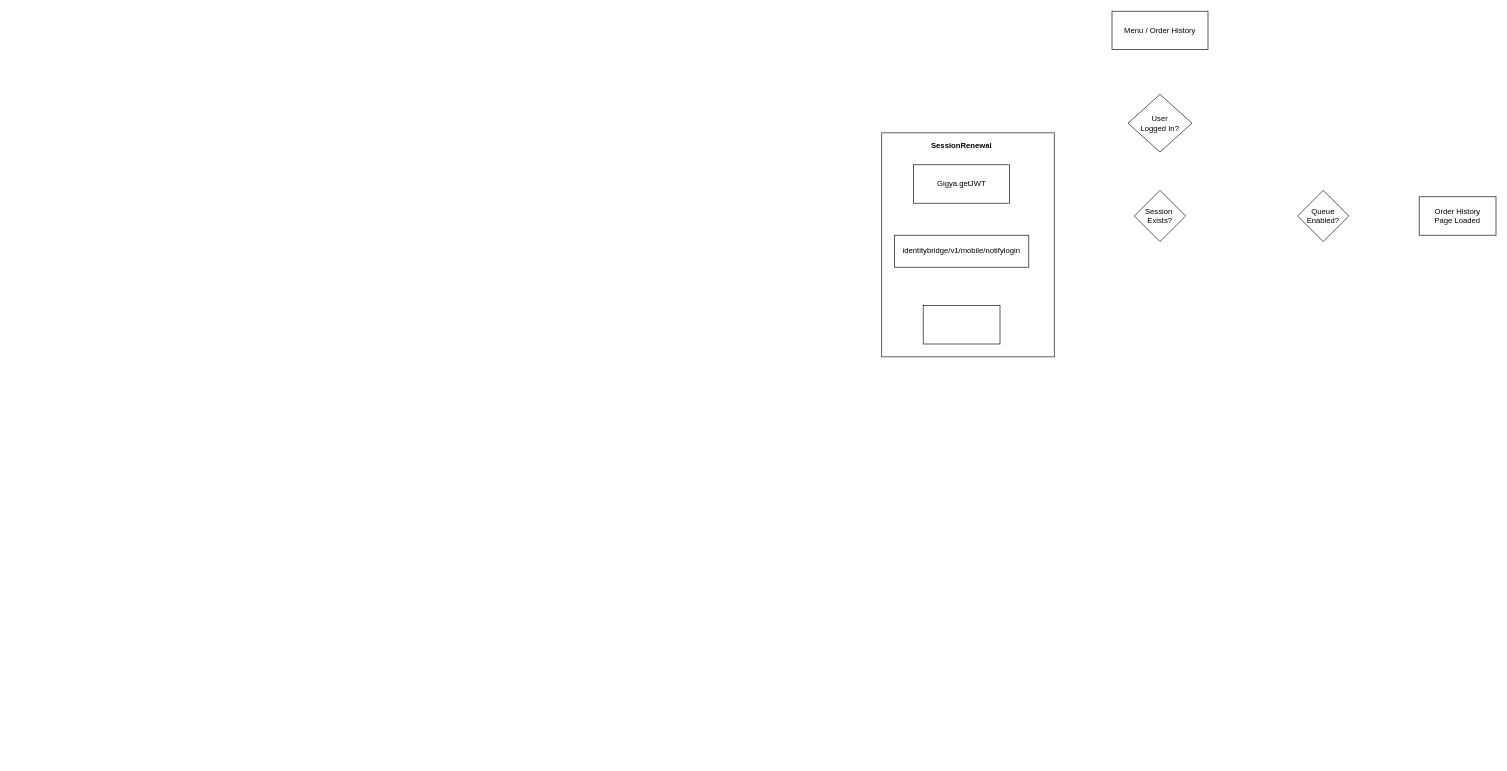
The draw.io diagram Boots_VirtualQueueFlow_OH.drawio in saru2020/saru, before the edit. Source tidied: cells renumbered, new cells numbered last; positions are measured from the earlier drawing's top-left corner, leaving out a move shared by most shapes. Both pictures are drawn from the tidied source at 64%, with x=0, y=0 at pixel (881, 11).
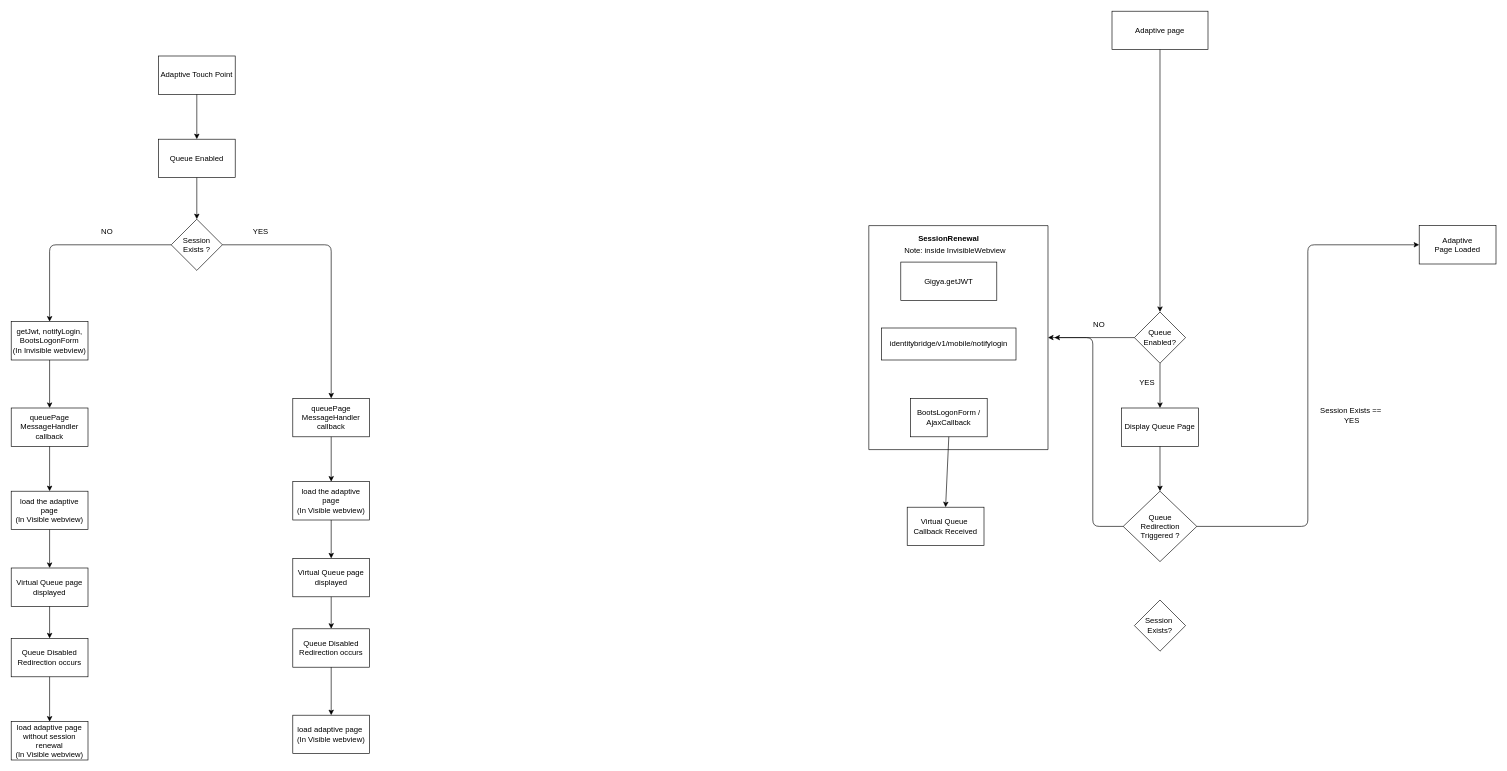
Above is the later version.

The edit, as a diff of the source:
```diff
@@
-    <mxCell id="2" value="Menu / Order History" style="rounded=0;whiteSpace=wrap;html=1;" parent="1" vertex="1">
+    <mxCell id="2" value="Adaptive page" style="rounded=0;whiteSpace=wrap;html=1;" parent="1" vertex="1">
       <mxGeometry x="360" width="150" height="60" as="geometry" />
     </mxCell>
     <mxCell id="3" value="Gigya.getJWT" style="rounded=0;whiteSpace=wrap;html=1;" parent="1" vertex="1">
-      <mxGeometry x="50" y="240" width="150" height="60" as="geometry" />
+      <mxGeometry x="30" y="392" width="150" height="60" as="geometry" />
     </mxCell>
     <mxCell id="4" value="identitybridge/v1/mobile/notifylogin" style="rounded=0;whiteSpace=wrap;html=1;" parent="1" vertex="1">
-      <mxGeometry x="20" y="350" width="210" height="50" as="geometry" />
+      <mxGeometry y="495" width="210" height="50" as="geometry" />
     </mxCell>
-    <mxCell id="5" style="rounded=0;whiteSpace=wrap;html=1;" parent="1" vertex="1">
-      <mxGeometry x="65" y="460" width="120" height="60" as="geometry" />
+    <mxCell id="5" value="BootsLogonForm / AjaxCallback" style="rounded=0;whiteSpace=wrap;html=1;" parent="1" vertex="1">
+      <mxGeometry x="45" y="605" width="120" height="60" as="geometry" />
     </mxCell>
-    <mxCell id="6" value="User&lt;br&gt;Logged In?" style="rhombus;whiteSpace=wrap;html=1;" parent="1" vertex="1">
-      <mxGeometry x="385" y="130" width="100" height="90" as="geometry" />
-    </mxCell>
     <mxCell id="7" value="Session&amp;nbsp;&lt;br&gt;Exists?" style="rhombus;whiteSpace=wrap;html=1;" parent="1" vertex="1">
-      <mxGeometry x="395" y="280" width="80" height="80" as="geometry" />
+      <mxGeometry x="395" y="920" width="80" height="80" as="geometry" />
     </mxCell>
     <mxCell id="8" value="Queue&lt;br&gt;Enabled?" style="rhombus;whiteSpace=wrap;html=1;" parent="1" vertex="1">
-      <mxGeometry x="650" y="280" width="80" height="80" as="geometry" />
+      <mxGeometry x="395" y="470" width="80" height="80" as="geometry" />
     </mxCell>
-    <mxCell id="9" value="Order History&lt;br&gt;Page Loaded" style="rounded=0;whiteSpace=wrap;html=1;" parent="1" vertex="1">
-      <mxGeometry x="840" y="290" width="120" height="60" as="geometry" />
+    <mxCell id="9" value="Adaptive&lt;br&gt;Page Loaded" style="rounded=0;whiteSpace=wrap;html=1;" parent="1" vertex="1">
+      <mxGeometry x="840" y="335" width="120" height="60" as="geometry" />
     </mxCell>
     <mxCell id="10" style="swimlane;startSize=0;" parent="1" vertex="1">
-      <mxGeometry y="190" width="270" height="350" as="geometry" />
+      <mxGeometry x="-20" y="335" width="280" height="350" as="geometry" />
     </mxCell>
@@
+    <mxCell id="12" value="Note: inside InvisibleWebview" style="text;html=1;strokeColor=none;fillColor=none;align=center;verticalAlign=middle;whiteSpace=wrap;rounded=0;" parent="10" vertex="1">
+      <mxGeometry x="-10" y="30" width="290" height="20" as="geometry" />
+    </mxCell>
+    <mxCell id="13" style="endArrow=classic;html=1;exitX=0.5;exitY=1;exitDx=0;exitDy=0;entryX=0.5;entryY=0;entryDx=0;entryDy=0;" parent="1" edge="1" source="2" target="8">
+      <mxGeometry relative="1" as="geometry" />
+    </mxCell>
+    <mxCell id="14" value="NO" style="text;html=1;strokeColor=none;fillColor=none;align=center;verticalAlign=middle;whiteSpace=wrap;rounded=0;" parent="1" vertex="1">
+      <mxGeometry x="320" y="480" width="40" height="20" as="geometry" />
+    </mxCell>
+    <mxCell id="15" style="endArrow=classic;html=1;exitX=0;exitY=0.5;exitDx=0;exitDy=0;entryX=1;entryY=0.5;entryDx=0;entryDy=0;" parent="1" edge="1" source="8" target="10">
+      <mxGeometry relative="1" as="geometry" />
+    </mxCell>
+    <mxCell id="16" value="Queue&lt;br&gt;Redirection&lt;br&gt;Triggered ?" style="rhombus;whiteSpace=wrap;html=1;" parent="1" vertex="1">
+      <mxGeometry x="377.5" y="750" width="115" height="110" as="geometry" />
+    </mxCell>
+    <mxCell id="17" value="Display Queue Page" style="rounded=0;whiteSpace=wrap;html=1;" parent="1" vertex="1">
+      <mxGeometry x="375" y="620" width="120" height="60" as="geometry" />
+    </mxCell>
+    <mxCell id="18" style="endArrow=classic;html=1;entryX=0.5;entryY=0;entryDx=0;entryDy=0;exitX=0.5;exitY=1;exitDx=0;exitDy=0;" parent="1" edge="1" source="8" target="17">
+      <mxGeometry relative="1" as="geometry" />
+    </mxCell>
+    <mxCell id="19" value="YES" style="text;html=1;strokeColor=none;fillColor=none;align=center;verticalAlign=middle;whiteSpace=wrap;rounded=0;" parent="1" vertex="1">
+      <mxGeometry x="395" y="570" width="40" height="20" as="geometry" />
+    </mxCell>
+    <mxCell id="20" style="endArrow=classic;html=1;exitX=0.5;exitY=1;exitDx=0;exitDy=0;entryX=0.5;entryY=0;entryDx=0;entryDy=0;" parent="1" edge="1" source="17" target="16">
+      <mxGeometry relative="1" as="geometry" />
+    </mxCell>
+    <mxCell id="21" style="edgeStyle=elbowEdgeStyle;elbow=horizontal;endArrow=classic;html=1;exitX=0;exitY=0.5;exitDx=0;exitDy=0;" parent="1" edge="1" source="16">
+      <mxGeometry relative="1" as="geometry">
+        <mxPoint x="270" y="510" as="targetPoint" />
+        <Array as="points">
+          <mxPoint x="330" y="510" />
+          <mxPoint x="310" y="680" />
+        </Array>
+      </mxGeometry>
+    </mxCell>
+    <mxCell id="22" style="edgeStyle=elbowEdgeStyle;elbow=horizontal;endArrow=classic;html=1;exitX=1;exitY=0.5;exitDx=0;exitDy=0;entryX=0;entryY=0.5;entryDx=0;entryDy=0;" parent="1" edge="1" source="16" target="9">
+      <mxGeometry relative="1" as="geometry" />
+    </mxCell>
+    <mxCell id="23" value="&lt;br&gt;Session Exists ==&amp;nbsp;&lt;br&gt;YES" style="text;html=1;strokeColor=none;fillColor=none;align=center;verticalAlign=middle;whiteSpace=wrap;rounded=0;" parent="1" vertex="1">
+      <mxGeometry x="670" y="570" width="130" height="110" as="geometry" />
+    </mxCell>
+    <mxCell id="24" value="Virtual Queue&amp;nbsp;&lt;br&gt;Callback Received" style="rounded=0;whiteSpace=wrap;html=1;" parent="1" vertex="1">
+      <mxGeometry x="40" y="775" width="120" height="60" as="geometry" />
+    </mxCell>
+    <mxCell id="25" style="endArrow=classic;html=1;exitX=0.5;exitY=1;exitDx=0;exitDy=0;entryX=0.5;entryY=0;entryDx=0;entryDy=0;" parent="1" edge="1" source="5" target="24">
+      <mxGeometry relative="1" as="geometry" />
+    </mxCell>
+    <mxCell id="26" value="Adaptive Touch Point" style="rounded=0;whiteSpace=wrap;html=1;" parent="1" vertex="1">
+      <mxGeometry x="-1130" y="70" width="120" height="60" as="geometry" />
+    </mxCell>
+    <mxCell id="27" value="Queue Enabled" style="rounded=0;whiteSpace=wrap;html=1;" parent="1" vertex="1">
+      <mxGeometry x="-1130" y="200" width="120" height="60" as="geometry" />
+    </mxCell>
+    <mxCell id="28" value="Session Exists ?" style="rhombus;whiteSpace=wrap;html=1;" parent="1" vertex="1">
+      <mxGeometry x="-1110" y="325" width="80" height="80" as="geometry" />
+    </mxCell>
+    <mxCell id="29" value="getJwt, notifyLogin, BootsLogonForm&lt;br&gt;(In Invisible webview)" style="rounded=0;whiteSpace=wrap;html=1;" parent="1" vertex="1">
+      <mxGeometry x="-1360" y="485" width="120" height="60" as="geometry" />
+    </mxCell>
+    <mxCell id="30" value="queuePage MessageHandler&lt;br&gt;callback" style="rounded=0;whiteSpace=wrap;html=1;" parent="1" vertex="1">
+      <mxGeometry x="-1360" y="620" width="120" height="60" as="geometry" />
+    </mxCell>
+    <mxCell id="31" value="load the adaptive page&lt;br&gt;(In Visible webview)" style="rounded=0;whiteSpace=wrap;html=1;" parent="1" vertex="1">
+      <mxGeometry x="-1360" y="750" width="120" height="60" as="geometry" />
+    </mxCell>
+    <mxCell id="32" value="Virtual Queue page displayed" style="rounded=0;whiteSpace=wrap;html=1;" parent="1" vertex="1">
+      <mxGeometry x="-1360" y="870" width="120" height="60" as="geometry" />
+    </mxCell>
+    <mxCell id="33" value="Queue Disabled&lt;br&gt;Redirection occurs" style="rounded=0;whiteSpace=wrap;html=1;" parent="1" vertex="1">
+      <mxGeometry x="-1360" y="980" width="120" height="60" as="geometry" />
+    </mxCell>
+    <mxCell id="34" value="load adaptive page without session renewal&lt;br&gt;(In Visible webview)" style="rounded=0;whiteSpace=wrap;html=1;" parent="1" vertex="1">
+      <mxGeometry x="-1360" y="1110" width="120" height="60" as="geometry" />
+    </mxCell>
+    <mxCell id="35" value="queuePage MessageHandler&lt;br&gt;callback" style="rounded=0;whiteSpace=wrap;html=1;" parent="1" vertex="1">
+      <mxGeometry x="-920" y="605" width="120" height="60" as="geometry" />
+    </mxCell>
+    <mxCell id="36" value="load the adaptive page&lt;br&gt;(In Visible webview)" style="rounded=0;whiteSpace=wrap;html=1;" parent="1" vertex="1">
+      <mxGeometry x="-920" y="735" width="120" height="60" as="geometry" />
+    </mxCell>
+    <mxCell id="37" value="Virtual Queue page displayed" style="rounded=0;whiteSpace=wrap;html=1;" parent="1" vertex="1">
+      <mxGeometry x="-920" y="855" width="120" height="60" as="geometry" />
+    </mxCell>
+    <mxCell id="38" value="Queue Disabled&lt;br&gt;Redirection occurs" style="rounded=0;whiteSpace=wrap;html=1;" parent="1" vertex="1">
+      <mxGeometry x="-920" y="965" width="120" height="60" as="geometry" />
+    </mxCell>
+    <mxCell id="39" value="load adaptive page&amp;nbsp;&lt;br&gt;(In Visible webview)" style="rounded=0;whiteSpace=wrap;html=1;" parent="1" vertex="1">
+      <mxGeometry x="-920" y="1100" width="120" height="60" as="geometry" />
+    </mxCell>
+    <mxCell id="40" style="edgeStyle=elbowEdgeStyle;elbow=horizontal;endArrow=classic;html=1;exitX=0;exitY=0.5;exitDx=0;exitDy=0;" parent="1" edge="1" source="28">
+      <mxGeometry relative="1" as="geometry">
+        <mxPoint x="-1300" y="485" as="targetPoint" />
+        <Array as="points">
+          <mxPoint x="-1300" y="400" />
+        </Array>
+      </mxGeometry>
+    </mxCell>
+    <mxCell id="41" style="endArrow=classic;html=1;entryX=0.5;entryY=0;entryDx=0;entryDy=0;exitX=0.5;exitY=1;exitDx=0;exitDy=0;" parent="1" edge="1" source="27" target="28">
+      <mxGeometry relative="1" as="geometry" />
+    </mxCell>
+    <mxCell id="42" style="endArrow=classic;html=1;exitX=0.5;exitY=1;exitDx=0;exitDy=0;entryX=0.5;entryY=0;entryDx=0;entryDy=0;" parent="1" edge="1" source="26" target="27">
+      <mxGeometry relative="1" as="geometry" />
+    </mxCell>
+    <mxCell id="43" style="edgeStyle=elbowEdgeStyle;elbow=horizontal;endArrow=classic;html=1;exitX=1;exitY=0.5;exitDx=0;exitDy=0;entryX=0.5;entryY=0;entryDx=0;entryDy=0;" parent="1" edge="1" source="28" target="35">
+      <mxGeometry relative="1" as="geometry">
+        <Array as="points">
+          <mxPoint x="-860" y="470" />
+        </Array>
+      </mxGeometry>
+    </mxCell>
+    <mxCell id="44" style="endArrow=classic;html=1;exitX=0.5;exitY=1;exitDx=0;exitDy=0;entryX=0.5;entryY=0;entryDx=0;entryDy=0;" parent="1" edge="1" source="29" target="30">
+      <mxGeometry relative="1" as="geometry" />
+    </mxCell>
+    <mxCell id="45" style="endArrow=classic;html=1;exitX=0.5;exitY=1;exitDx=0;exitDy=0;entryX=0.5;entryY=0;entryDx=0;entryDy=0;" parent="1" edge="1" source="30" target="31">
+      <mxGeometry relative="1" as="geometry" />
+    </mxCell>
+    <mxCell id="46" style="endArrow=classic;html=1;exitX=0.5;exitY=1;exitDx=0;exitDy=0;entryX=0.5;entryY=0;entryDx=0;entryDy=0;" parent="1" edge="1" source="35" target="36">
+      <mxGeometry relative="1" as="geometry" />
+    </mxCell>
+    <mxCell id="47" style="endArrow=classic;html=1;exitX=0.5;exitY=1;exitDx=0;exitDy=0;entryX=0.5;entryY=0;entryDx=0;entryDy=0;" parent="1" edge="1" source="36" target="37">
+      <mxGeometry relative="1" as="geometry" />
+    </mxCell>
+    <mxCell id="48" style="endArrow=classic;html=1;exitX=0.5;exitY=1;exitDx=0;exitDy=0;entryX=0.5;entryY=0;entryDx=0;entryDy=0;" parent="1" edge="1" source="31" target="32">
+      <mxGeometry relative="1" as="geometry" />
+    </mxCell>
+    <mxCell id="49" style="endArrow=classic;html=1;exitX=0.5;exitY=1;exitDx=0;exitDy=0;entryX=0.5;entryY=0;entryDx=0;entryDy=0;" parent="1" edge="1" source="37" target="38">
+      <mxGeometry relative="1" as="geometry" />
+    </mxCell>
+    <mxCell id="50" style="endArrow=classic;html=1;exitX=0.5;exitY=1;exitDx=0;exitDy=0;entryX=0.5;entryY=0;entryDx=0;entryDy=0;" parent="1" edge="1" source="32" target="33">
+      <mxGeometry relative="1" as="geometry" />
+    </mxCell>
+    <mxCell id="51" style="endArrow=classic;html=1;exitX=0.5;exitY=1;exitDx=0;exitDy=0;entryX=0.5;entryY=0;entryDx=0;entryDy=0;" parent="1" edge="1" source="38" target="39">
+      <mxGeometry relative="1" as="geometry" />
+    </mxCell>
+    <mxCell id="52" style="endArrow=classic;html=1;exitX=0.5;exitY=1;exitDx=0;exitDy=0;entryX=0.5;entryY=0;entryDx=0;entryDy=0;" parent="1" edge="1" source="33" target="34">
+      <mxGeometry relative="1" as="geometry" />
+    </mxCell>
+    <mxCell id="53" value="NO" style="text;html=1;strokeColor=none;fillColor=none;align=center;verticalAlign=middle;whiteSpace=wrap;rounded=0;" parent="1" vertex="1">
+      <mxGeometry x="-1230" y="335" width="40" height="20" as="geometry" />
+    </mxCell>
+    <mxCell id="54" value="YES" style="text;html=1;strokeColor=none;fillColor=none;align=center;verticalAlign=middle;whiteSpace=wrap;rounded=0;" parent="1" vertex="1">
+      <mxGeometry x="-990" y="335" width="40" height="20" as="geometry" />
+    </mxCell>
```
